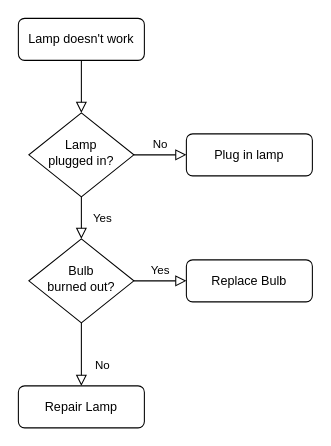
This is Untitled Diagram.drawio from Darcin1/Darcin1, a draw.io file, before an edit. Source tidied: cells renumbered, new cells numbered last; positions are measured from the earlier drawing's top-left corner, leaving out a move shared by most shapes. Both pictures are drawn from the tidied source at 105%, with x=0, y=0 at pixel (18, 18).
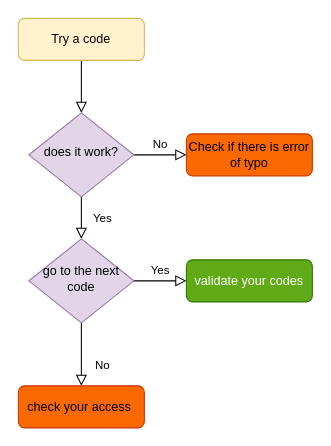
The same diagram, later.

Commit message:
flow chart

The edit, as a diff of the source:
```diff
@@
 <mxGraphModel>
   <root>
     <mxCell id="0" />
     <mxCell id="1" parent="0" />
     <mxCell id="2" style="rounded=0;html=1;jettySize=auto;fontSize=11;endArrow=block;endFill=0;endSize=8;strokeWidth=1;shadow=0;labelBackgroundColor=none;edgeStyle=orthogonalEdgeStyle;" parent="1" edge="1" source="3" target="6">
       <mxGeometry relative="1" as="geometry" />
     </mxCell>
-    <mxCell id="3" value="Lamp doesn't work" style="rounded=1;whiteSpace=wrap;html=1;fontSize=12;glass=0;strokeWidth=1;shadow=0;" parent="1" vertex="1">
+    <mxCell id="3" value="Try a code" style="rounded=1;whiteSpace=wrap;html=1;fontSize=12;glass=0;strokeWidth=1;shadow=0;fillColor=#fff2cc;strokeColor=#d6b656;" parent="1" vertex="1">
       <mxGeometry width="120" height="40" as="geometry" />
     </mxCell>
     <mxCell id="4" value="Yes" style="rounded=0;html=1;jettySize=auto;fontSize=11;endArrow=block;endFill=0;endSize=8;strokeWidth=1;shadow=0;labelBackgroundColor=none;edgeStyle=orthogonalEdgeStyle;" parent="1" edge="1" source="6" target="10">
       <mxGeometry y="20" relative="1" as="geometry" />
     </mxCell>
     <mxCell id="5" value="No" style="edgeStyle=orthogonalEdgeStyle;rounded=0;html=1;jettySize=auto;fontSize=11;endArrow=block;endFill=0;endSize=8;strokeWidth=1;shadow=0;labelBackgroundColor=none;" parent="1" edge="1" source="6" target="7">
       <mxGeometry y="10" relative="1" as="geometry" />
     </mxCell>
-    <mxCell id="6" value="Lamp&lt;br&gt;plugged in?" style="rhombus;whiteSpace=wrap;html=1;shadow=0;fontFamily=Helvetica;fontSize=12;align=center;strokeWidth=1;spacing=6;spacingTop=-4;" parent="1" vertex="1">
+    <mxCell id="6" value="does it work&lt;span style=&quot;white-space: pre;&quot;&gt;?&lt;/span&gt;" style="rhombus;whiteSpace=wrap;html=1;shadow=0;fontFamily=Helvetica;fontSize=12;align=center;strokeWidth=1;spacing=6;spacingTop=-4;fillColor=#e1d5e7;strokeColor=#9673a6;" parent="1" vertex="1">
       <mxGeometry x="10" y="90" width="100" height="80" as="geometry" />
     </mxCell>
-    <mxCell id="7" value="Plug in lamp" style="rounded=1;whiteSpace=wrap;html=1;fontSize=12;glass=0;strokeWidth=1;shadow=0;" parent="1" vertex="1">
+    <mxCell id="7" value="Check if there is error of typo" style="rounded=1;whiteSpace=wrap;html=1;fontSize=12;glass=0;strokeWidth=1;shadow=0;fillColor=#fa6800;strokeColor=#C73500;fontColor=#000000;" parent="1" vertex="1">
       <mxGeometry x="160" y="110" width="120" height="40" as="geometry" />
     </mxCell>
     <mxCell id="8" value="No" style="rounded=0;html=1;jettySize=auto;fontSize=11;endArrow=block;endFill=0;endSize=8;strokeWidth=1;shadow=0;labelBackgroundColor=none;edgeStyle=orthogonalEdgeStyle;" parent="1" edge="1" source="10" target="11">
       <mxGeometry x="0.33" y="20" relative="1" as="geometry" />
     </mxCell>
     <mxCell id="9" value="Yes" style="edgeStyle=orthogonalEdgeStyle;rounded=0;html=1;jettySize=auto;fontSize=11;endArrow=block;endFill=0;endSize=8;strokeWidth=1;shadow=0;labelBackgroundColor=none;" parent="1" edge="1" source="10" target="12">
       <mxGeometry y="10" relative="1" as="geometry" />
     </mxCell>
-    <mxCell id="10" value="Bulb&lt;br&gt;burned out?" style="rhombus;whiteSpace=wrap;html=1;shadow=0;fontFamily=Helvetica;fontSize=12;align=center;strokeWidth=1;spacing=6;spacingTop=-4;" parent="1" vertex="1">
+    <mxCell id="10" value="go to the next code" style="rhombus;whiteSpace=wrap;html=1;shadow=0;fontFamily=Helvetica;fontSize=12;align=center;strokeWidth=1;spacing=6;spacingTop=-4;fillColor=#e1d5e7;strokeColor=#9673a6;" parent="1" vertex="1">
       <mxGeometry x="10" y="210" width="100" height="80" as="geometry" />
     </mxCell>
-    <mxCell id="11" value="Repair Lamp" style="rounded=1;whiteSpace=wrap;html=1;fontSize=12;glass=0;strokeWidth=1;shadow=0;" parent="1" vertex="1">
+    <mxCell id="11" value="check your access&amp;nbsp;" style="rounded=1;whiteSpace=wrap;html=1;fontSize=12;glass=0;strokeWidth=1;shadow=0;fillColor=#fa6800;strokeColor=#C73500;fontColor=#000000;" parent="1" vertex="1">
       <mxGeometry y="350" width="120" height="40" as="geometry" />
     </mxCell>
-    <mxCell id="12" value="Replace Bulb" style="rounded=1;whiteSpace=wrap;html=1;fontSize=12;glass=0;strokeWidth=1;shadow=0;" parent="1" vertex="1">
+    <mxCell id="12" value="validate your codes" style="rounded=1;whiteSpace=wrap;html=1;fontSize=12;glass=0;strokeWidth=1;shadow=0;fillColor=#60a917;strokeColor=#2D7600;fontColor=#ffffff;" parent="1" vertex="1">
       <mxGeometry x="160" y="230" width="120" height="40" as="geometry" />
     </mxCell>
   </root>
 </mxGraphModel>
```
